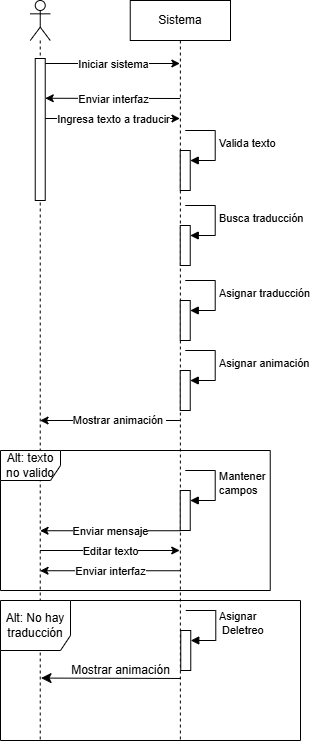
IvanSMMA/TT1_Document keeps this draw.io diagram as Images/Cap 3/secuencia.png. Above is the earlier version. Source tidied: cells renumbered, new cells last; positions are measured from the earlier drawing's top-left corner, leaving out a move shared by most shapes.
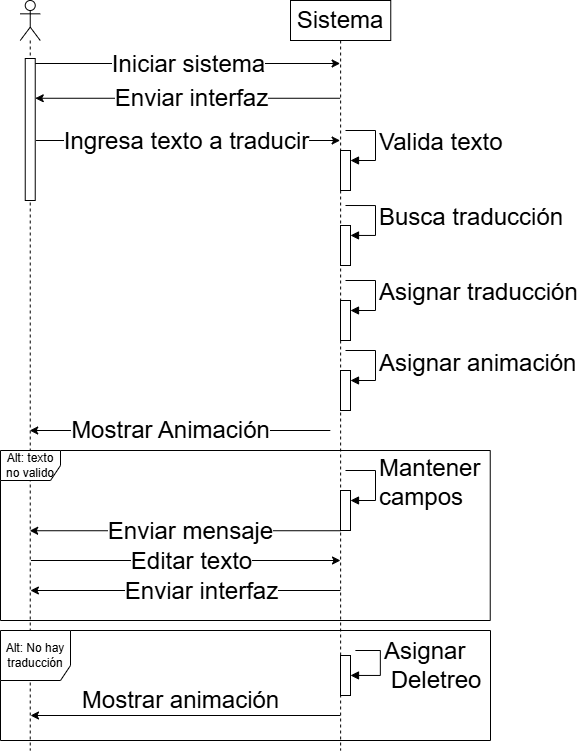
After the commit.

Commit message:
Diagramas grandes

The edit, as a diff of the source:
```diff
@@ -2,25 +2,16 @@
   <root>
     <mxCell id="0" />
     <mxCell id="1" parent="0" />
-    <mxCell id="2" style="shape=umlLifeline;perimeter=lifelinePerimeter;whiteSpace=wrap;html=1;outlineConnect=0;portConstraint=eastwest;newEdgeStyle={&quot;curved&quot;:0,&quot;rounded&quot;:0};participant=umlActor;" parent="1" vertex="1">
-      <mxGeometry x="29.7" width="20" height="740" as="geometry" />
+    <mxCell id="2" style="shape=umlLifeline;perimeter=lifelinePerimeter;whiteSpace=wrap;html=1;outlineConnect=0;portConstraint=eastwest;newEdgeStyle={&quot;curved&quot;:0,&quot;rounded&quot;:0};participant=umlActor;fontSize=12;" parent="1" vertex="1">
+      <mxGeometry x="99.7" y="-280" width="20" height="750" as="geometry" />
     </mxCell>
-    <mxCell id="3" style="html=1;points=[[0,0,0,0,5],[0,1,0,0,-5],[1,0,0,0,5],[1,1,0,0,-5]];perimeter=orthogonalPerimeter;outlineConnect=0;targetShapes=umlLifeline;portConstraint=eastwest;newEdgeStyle={&quot;curved&quot;:0,&quot;rounded&quot;:0};" parent="2" vertex="1">
+    <mxCell id="3" style="html=1;points=[[0,0,0,0,5],[0,1,0,0,-5],[1,0,0,0,5],[1,1,0,0,-5]];perimeter=orthogonalPerimeter;outlineConnect=0;targetShapes=umlLifeline;portConstraint=eastwest;newEdgeStyle={&quot;curved&quot;:0,&quot;rounded&quot;:0};fontSize=12;" parent="2" vertex="1">
       <mxGeometry x="5" y="58" width="10" height="142" as="geometry" />
     </mxCell>
-    <mxCell id="4" style="edgeStyle=orthogonalEdgeStyle;rounded=0;orthogonalLoop=1;jettySize=auto;html=1;curved=0;" parent="1" edge="1">
-      <mxGeometry relative="1" as="geometry">
-        <mxPoint x="179.4" y="420" as="sourcePoint" />
-        <mxPoint x="39.6" y="420" as="targetPoint" />
-      </mxGeometry>
-    </mxCell>
-    <mxCell id="5" value="Mostrar animación&amp;nbsp;" style="edgeLabel;html=1;align=center;verticalAlign=middle;" parent="4" vertex="1">
-      <mxGeometry x="-0.13" y="-1" relative="1" as="geometry" />
-    </mxCell>
-    <mxCell id="6" value="Sistema" style="shape=umlLifeline;perimeter=lifelinePerimeter;whiteSpace=wrap;html=1;outlineConnect=0;portConstraint=eastwest;newEdgeStyle={&quot;curved&quot;:0,&quot;rounded&quot;:0};" parent="1" vertex="1">
-      <mxGeometry x="129.7" width="100.3" height="740" as="geometry" />
+    <mxCell id="6" value="&lt;font style=&quot;font-size: 24px;&quot;&gt;Sistema&lt;/font&gt;" style="shape=umlLifeline;perimeter=lifelinePerimeter;whiteSpace=wrap;html=1;outlineConnect=0;portConstraint=eastwest;newEdgeStyle={&quot;curved&quot;:0,&quot;rounded&quot;:0};fontSize=12;" parent="1" vertex="1">
+      <mxGeometry x="370" y="-280" width="100.3" height="750" as="geometry" />
     </mxCell>
-    <mxCell id="7" value="Valida texto" style="html=1;align=left;spacingLeft=2;endArrow=block;rounded=0;edgeStyle=orthogonalEdgeStyle;curved=0;rounded=0;" parent="6" edge="1" target="8">
+    <mxCell id="7" value="Valida texto" style="html=1;align=left;spacingLeft=2;endArrow=block;rounded=0;edgeStyle=orthogonalEdgeStyle;curved=0;rounded=0;fontSize=24;" parent="6" edge="1" target="8">
       <mxGeometry relative="1" as="geometry">
         <mxPoint x="55" y="130" as="sourcePoint" />
         <Array as="points">
@@ -28,13 +19,13 @@
         </Array>
       </mxGeometry>
     </mxCell>
-    <mxCell id="8" style="html=1;points=[[0,0,0,0,5],[0,1,0,0,-5],[1,0,0,0,5],[1,1,0,0,-5]];perimeter=orthogonalPerimeter;outlineConnect=0;targetShapes=umlLifeline;portConstraint=eastwest;newEdgeStyle={&quot;curved&quot;:0,&quot;rounded&quot;:0};" parent="6" vertex="1">
+    <mxCell id="8" style="html=1;points=[[0,0,0,0,5],[0,1,0,0,-5],[1,0,0,0,5],[1,1,0,0,-5]];perimeter=orthogonalPerimeter;outlineConnect=0;targetShapes=umlLifeline;portConstraint=eastwest;newEdgeStyle={&quot;curved&quot;:0,&quot;rounded&quot;:0};fontSize=12;" parent="6" vertex="1">
       <mxGeometry x="50" y="150" width="10" height="40" as="geometry" />
     </mxCell>
-    <mxCell id="9" style="html=1;points=[[0,0,0,0,5],[0,1,0,0,-5],[1,0,0,0,5],[1,1,0,0,-5]];perimeter=orthogonalPerimeter;outlineConnect=0;targetShapes=umlLifeline;portConstraint=eastwest;newEdgeStyle={&quot;curved&quot;:0,&quot;rounded&quot;:0};" parent="6" vertex="1">
+    <mxCell id="9" style="html=1;points=[[0,0,0,0,5],[0,1,0,0,-5],[1,0,0,0,5],[1,1,0,0,-5]];perimeter=orthogonalPerimeter;outlineConnect=0;targetShapes=umlLifeline;portConstraint=eastwest;newEdgeStyle={&quot;curved&quot;:0,&quot;rounded&quot;:0};fontSize=12;" parent="6" vertex="1">
       <mxGeometry x="50" y="225" width="10" height="40" as="geometry" />
     </mxCell>
-    <mxCell id="10" value="Busca traducción" style="html=1;align=left;spacingLeft=2;endArrow=block;rounded=0;edgeStyle=orthogonalEdgeStyle;curved=0;rounded=0;" parent="6" edge="1" target="9">
+    <mxCell id="10" value="Busca traducción" style="html=1;align=left;spacingLeft=2;endArrow=block;rounded=0;edgeStyle=orthogonalEdgeStyle;curved=0;rounded=0;fontSize=24;" parent="6" edge="1" target="9">
       <mxGeometry relative="1" as="geometry">
         <mxPoint x="55" y="205" as="sourcePoint" />
         <Array as="points">
@@ -42,7 +33,7 @@
         </Array>
       </mxGeometry>
     </mxCell>
-    <mxCell id="11" value="Mantener&amp;nbsp;&lt;div&gt;campos&lt;/div&gt;" style="html=1;align=left;spacingLeft=2;endArrow=block;rounded=0;edgeStyle=orthogonalEdgeStyle;curved=0;rounded=0;" parent="6" edge="1" target="12">
+    <mxCell id="11" value="Mantener&amp;nbsp;&lt;div&gt;campos&lt;/div&gt;" style="html=1;align=left;spacingLeft=2;endArrow=block;rounded=0;edgeStyle=orthogonalEdgeStyle;curved=0;rounded=0;fontSize=24;" parent="6" edge="1" target="12">
       <mxGeometry relative="1" as="geometry">
         <mxPoint x="55" y="470" as="sourcePoint" />
         <Array as="points">
@@ -50,105 +41,122 @@
         </Array>
       </mxGeometry>
     </mxCell>
-    <mxCell id="12" style="html=1;points=[[0,0,0,0,5],[0,1,0,0,-5],[1,0,0,0,5],[1,1,0,0,-5]];perimeter=orthogonalPerimeter;outlineConnect=0;targetShapes=umlLifeline;portConstraint=eastwest;newEdgeStyle={&quot;curved&quot;:0,&quot;rounded&quot;:0};" parent="6" vertex="1">
+    <mxCell id="12" style="html=1;points=[[0,0,0,0,5],[0,1,0,0,-5],[1,0,0,0,5],[1,1,0,0,-5]];perimeter=orthogonalPerimeter;outlineConnect=0;targetShapes=umlLifeline;portConstraint=eastwest;newEdgeStyle={&quot;curved&quot;:0,&quot;rounded&quot;:0};fontSize=12;" parent="6" vertex="1">
       <mxGeometry x="50" y="490" width="10" height="40" as="geometry" />
     </mxCell>
-    <mxCell id="13" style="endArrow=classic;html=1;rounded=0;" parent="6" edge="1">
+    <mxCell id="13" style="endArrow=classic;html=1;rounded=0;fontSize=12;" parent="6" edge="1" target="2">
       <mxGeometry relative="1" as="geometry">
         <mxPoint x="50" y="530.2" as="sourcePoint" />
-        <mxPoint x="-90.2" y="530.2" as="targetPoint" />
       </mxGeometry>
     </mxCell>
-    <mxCell id="14" value="Enviar mensaje" style="edgeLabel;html=1;align=center;verticalAlign=middle;" parent="13" vertex="1">
-      <mxGeometry relative="1" as="geometry" />
+    <mxCell id="14" value="Enviar mensaje" style="edgeLabel;html=1;align=center;verticalAlign=middle;fontSize=24;" parent="13" vertex="1">
+      <mxGeometry relative="1" as="geometry">
+        <mxPoint x="5" as="offset" />
+      </mxGeometry>
     </mxCell>
+    <mxCell id="19" style="html=1;points=[[0,0,0,0,5],[0,1,0,0,-5],[1,0,0,0,5],[1,1,0,0,-5]];perimeter=orthogonalPerimeter;outlineConnect=0;targetShapes=umlLifeline;portConstraint=eastwest;newEdgeStyle={&quot;curved&quot;:0,&quot;rounded&quot;:0};fontSize=12;" parent="6" vertex="1">
+      <mxGeometry x="50" y="300" width="10" height="40" as="geometry" />
+    </mxCell>
+    <mxCell id="20" value="Asignar traducción" style="html=1;align=left;spacingLeft=2;endArrow=block;rounded=0;edgeStyle=orthogonalEdgeStyle;curved=0;rounded=0;fontSize=24;" parent="6" edge="1" target="19">
+      <mxGeometry relative="1" as="geometry">
+        <mxPoint x="55" y="280" as="sourcePoint" />
+        <Array as="points">
+          <mxPoint x="85" y="310" />
+        </Array>
+      </mxGeometry>
+    </mxCell>
+    <mxCell id="21" style="html=1;points=[[0,0,0,0,5],[0,1,0,0,-5],[1,0,0,0,5],[1,1,0,0,-5]];perimeter=orthogonalPerimeter;outlineConnect=0;targetShapes=umlLifeline;portConstraint=eastwest;newEdgeStyle={&quot;curved&quot;:0,&quot;rounded&quot;:0};fontSize=12;" parent="6" vertex="1">
+      <mxGeometry x="50" y="370" width="10" height="40" as="geometry" />
+    </mxCell>
+    <mxCell id="22" value="Asignar animación" style="html=1;align=left;spacingLeft=2;endArrow=block;rounded=0;edgeStyle=orthogonalEdgeStyle;curved=0;rounded=0;fontSize=24;" parent="6" edge="1" target="21">
+      <mxGeometry x="0.01" relative="1" as="geometry">
+        <mxPoint x="55" y="350" as="sourcePoint" />
+        <Array as="points">
+          <mxPoint x="85" y="380" />
+        </Array>
+      </mxGeometry>
+    </mxCell>
+    <mxCell id="33" style="html=1;points=[[0,0,0,0,5],[0,1,0,0,-5],[1,0,0,0,5],[1,1,0,0,-5]];perimeter=orthogonalPerimeter;outlineConnect=0;targetShapes=umlLifeline;portConstraint=eastwest;newEdgeStyle={&quot;curved&quot;:0,&quot;rounded&quot;:0};fontSize=12;" parent="6" vertex="1">
+      <mxGeometry x="50" y="655" width="10" height="40" as="geometry" />
+    </mxCell>
+    <mxCell id="34" value="Asignar&lt;div&gt;&amp;nbsp;Deletreo&lt;/div&gt;" style="html=1;align=left;spacingLeft=2;endArrow=block;rounded=0;edgeStyle=orthogonalEdgeStyle;curved=0;rounded=0;fontSize=24;" parent="6" edge="1" target="33">
+      <mxGeometry relative="1" as="geometry">
+        <mxPoint x="64.9" y="650" as="sourcePoint" />
+        <Array as="points">
+          <mxPoint x="89.9" y="650" />
+        </Array>
+      </mxGeometry>
+    </mxCell>
+    <mxCell id="23" style="endArrow=classic;html=1;rounded=0;exitX=1;exitY=0;exitDx=0;exitDy=5;exitPerimeter=0;fontSize=12;" parent="1" edge="1" source="3" target="6">
+      <mxGeometry relative="1" as="geometry" />
+    </mxCell>
+    <mxCell id="24" value="Iniciar sistema" style="edgeLabel;html=1;align=center;verticalAlign=middle;fontSize=24;" parent="23" vertex="1">
+      <mxGeometry relative="1" as="geometry" />
+    </mxCell>
+    <mxCell id="25" style="endArrow=classic;html=1;rounded=0;fontSize=12;" parent="1" edge="1" source="6">
+      <mxGeometry relative="1" as="geometry">
+        <mxPoint x="114.7" y="-182.2" as="targetPoint" />
+      </mxGeometry>
+    </mxCell>
+    <mxCell id="27" style="endArrow=classic;html=1;rounded=0;fontSize=12;" parent="1" edge="1" target="6">
+      <mxGeometry relative="1" as="geometry">
+        <mxPoint x="115.5" y="-140" as="sourcePoint" />
+      </mxGeometry>
+    </mxCell>
+    <mxCell id="28" value="Ingresa texto a traducir" style="edgeLabel;html=1;align=center;verticalAlign=middle;fontSize=24;" parent="27" vertex="1">
+      <mxGeometry relative="1" as="geometry">
+        <mxPoint x="-2" as="offset" />
+      </mxGeometry>
+    </mxCell>
+    <mxCell id="29" value="Alt: texto no valido" style="shape=umlFrame;whiteSpace=wrap;html=1;fontSize=12;" parent="1" vertex="1">
+      <mxGeometry x="80" y="170" width="489.7" height="170" as="geometry" />
+    </mxCell>
+    <mxCell id="30" value="Alt: No hay traducción" style="shape=umlFrame;whiteSpace=wrap;html=1;width=70;height=50;fontSize=12;" parent="1" vertex="1">
+      <mxGeometry x="80" y="350" width="490" height="110" as="geometry" />
+    </mxCell>
+    <mxCell id="32" value="Mostrar animación" style="text;html=1;align=center;verticalAlign=middle;points=[];strokeColor=none;fillColor=none;fontSize=24;" parent="1" vertex="1">
+      <mxGeometry x="150" y="400" width="220" height="40" as="geometry" />
+    </mxCell>
+    <mxCell id="26" value="Enviar interfaz" style="edgeLabel;html=1;align=center;verticalAlign=middle;fontSize=24;" parent="1" vertex="1">
+      <mxGeometry x="270" y="-182.1" as="geometry" />
+    </mxCell>
+    <mxCell id="35" style="endArrow=classic;html=1;rounded=0;" parent="1" edge="1" target="2">
+      <mxGeometry relative="1" as="geometry">
+        <mxPoint x="409.8" y="150" as="sourcePoint" />
+      </mxGeometry>
+    </mxCell>
+    <mxCell id="36" value="Mostrar Animación" style="edgeLabel;html=1;align=center;verticalAlign=middle;fontSize=24;" parent="35" vertex="1">
+      <mxGeometry x="-0.1" y="-1" relative="1" as="geometry">
+        <mxPoint x="-25" as="offset" />
+      </mxGeometry>
+    </mxCell>
-    <mxCell id="15" style="endArrow=classic;html=1;rounded=0;" parent="6" edge="1">
+    <mxCell id="15" style="endArrow=classic;html=1;rounded=0;fontSize=12;" parent="1" edge="1">
       <mxGeometry relative="1" as="geometry">
-        <mxPoint x="-90.2" y="550" as="sourcePoint" />
-        <mxPoint x="49.5" y="550" as="targetPoint" />
+        <mxPoint x="110.4" y="280" as="sourcePoint" />
+        <mxPoint x="420" y="280" as="targetPoint" />
       </mxGeometry>
     </mxCell>
-    <mxCell id="16" value="Editar texto" style="edgeLabel;html=1;align=center;verticalAlign=middle;" parent="15" vertex="1">
-      <mxGeometry relative="1" as="geometry" />
+    <mxCell id="16" value="Editar texto" style="edgeLabel;html=1;align=center;verticalAlign=middle;fontSize=24;" parent="15" vertex="1">
+      <mxGeometry relative="1" as="geometry">
+        <mxPoint x="5" as="offset" />
+      </mxGeometry>
     </mxCell>
-    <mxCell id="17" style="endArrow=classic;html=1;rounded=0;" parent="6" edge="1">
+    <mxCell id="17" style="endArrow=classic;html=1;rounded=0;fontSize=12;" parent="1" edge="1">
       <mxGeometry relative="1" as="geometry">
-        <mxPoint x="50" y="570.2" as="sourcePoint" />
-        <mxPoint x="-90.2" y="570.2" as="targetPoint" />
+        <mxPoint x="420" y="310" as="sourcePoint" />
+        <mxPoint x="109.9" y="310" as="targetPoint" />
       </mxGeometry>
     </mxCell>
-    <mxCell id="18" value="Enviar interfaz" style="edgeLabel;html=1;align=center;verticalAlign=middle;" parent="17" vertex="1">
-      <mxGeometry relative="1" as="geometry" />
+    <mxCell id="18" value="Enviar interfaz" style="edgeLabel;html=1;align=center;verticalAlign=middle;fontSize=24;" parent="17" vertex="1">
+      <mxGeometry relative="1" as="geometry">
+        <mxPoint x="15" as="offset" />
+      </mxGeometry>
     </mxCell>
-    <mxCell id="19" style="html=1;points=[[0,0,0,0,5],[0,1,0,0,-5],[1,0,0,0,5],[1,1,0,0,-5]];perimeter=orthogonalPerimeter;outlineConnect=0;targetShapes=umlLifeline;portConstraint=eastwest;newEdgeStyle={&quot;curved&quot;:0,&quot;rounded&quot;:0};" parent="6" vertex="1">
-      <mxGeometry x="50" y="300" width="10" height="40" as="geometry" />
-    </mxCell>
-    <mxCell id="20" value="Asignar traducción" style="html=1;align=left;spacingLeft=2;endArrow=block;rounded=0;edgeStyle=orthogonalEdgeStyle;curved=0;rounded=0;" parent="6" edge="1" target="19">
-      <mxGeometry relative="1" as="geometry">
-        <mxPoint x="55" y="280" as="sourcePoint" />
-        <Array as="points">
-          <mxPoint x="85" y="310" />
-        </Array>
-      </mxGeometry>
-    </mxCell>
-    <mxCell id="21" style="html=1;points=[[0,0,0,0,5],[0,1,0,0,-5],[1,0,0,0,5],[1,1,0,0,-5]];perimeter=orthogonalPerimeter;outlineConnect=0;targetShapes=umlLifeline;portConstraint=eastwest;newEdgeStyle={&quot;curved&quot;:0,&quot;rounded&quot;:0};" parent="6" vertex="1">
-      <mxGeometry x="50" y="370" width="10" height="40" as="geometry" />
-    </mxCell>
-    <mxCell id="22" value="Asignar animación" style="html=1;align=left;spacingLeft=2;endArrow=block;rounded=0;edgeStyle=orthogonalEdgeStyle;curved=0;rounded=0;" parent="6" edge="1" target="21">
-      <mxGeometry x="0.01" relative="1" as="geometry">
-        <mxPoint x="55" y="350" as="sourcePoint" />
-        <Array as="points">
-          <mxPoint x="85" y="380" />
-        </Array>
-      </mxGeometry>
-    </mxCell>
-    <mxCell id="23" style="endArrow=classic;html=1;rounded=0;exitX=1;exitY=0;exitDx=0;exitDy=5;exitPerimeter=0;" parent="1" edge="1" source="3" target="6">
-      <mxGeometry relative="1" as="geometry" />
-    </mxCell>
-    <mxCell id="24" value="Iniciar sistema" style="edgeLabel;html=1;align=center;verticalAlign=middle;" parent="23" vertex="1">
-      <mxGeometry relative="1" as="geometry" />
-    </mxCell>
-    <mxCell id="25" style="endArrow=classic;html=1;rounded=0;" parent="1" edge="1">
-      <mxGeometry relative="1" as="geometry">
-        <mxPoint x="179.7" y="98" as="sourcePoint" />
-        <mxPoint x="44.7" y="97.8" as="targetPoint" />
-      </mxGeometry>
-    </mxCell>
-    <mxCell id="26" value="Enviar interfaz" style="edgeLabel;html=1;align=center;verticalAlign=middle;" parent="25" vertex="1">
-      <mxGeometry relative="1" as="geometry" />
-    </mxCell>
-    <mxCell id="27" style="endArrow=classic;html=1;rounded=0;" parent="1" edge="1" source="3">
-      <mxGeometry relative="1" as="geometry">
-        <mxPoint x="179.5" y="118" as="targetPoint" />
-      </mxGeometry>
-    </mxCell>
-    <mxCell id="28" value="Ingresa texto a traducir" style="edgeLabel;html=1;align=center;verticalAlign=middle;" parent="27" vertex="1">
-      <mxGeometry relative="1" as="geometry" />
-    </mxCell>
-    <mxCell id="29" value="Alt: texto no valido" style="shape=umlFrame;whiteSpace=wrap;html=1;" parent="1" vertex="1">
-      <mxGeometry y="450" width="269.7" height="140" as="geometry" />
-    </mxCell>
-    <mxCell id="30" value="Alt: No hay traducción" style="shape=umlFrame;whiteSpace=wrap;html=1;width=70;height=50;" parent="1" vertex="1">
-      <mxGeometry y="600" width="300" height="140" as="geometry" />
-    </mxCell>
-    <mxCell id="31" style="edgeStyle=elbowEdgeStyle;elbow=vertical;endArrow=classic;html=1;curved=0;rounded=0;endSize=8;startSize=8;exitX=1.002;exitY=0.766;exitDx=0;exitDy=0;exitPerimeter=0;" parent="1" edge="1" source="32">
-      <mxGeometry relative="1" as="geometry">
-        <mxPoint x="40.5" y="677" as="targetPoint" />
-      </mxGeometry>
-    </mxCell>
-    <mxCell id="32" value="Mostrar animación" style="text;html=1;align=center;verticalAlign=middle;points=[];strokeColor=none;fillColor=none;" parent="1" vertex="1">
-      <mxGeometry x="60.3" y="655" width="120" height="30" as="geometry" />
-    </mxCell>
-    <mxCell id="33" style="html=1;points=[[0,0,0,0,5],[0,1,0,0,-5],[1,0,0,0,5],[1,1,0,0,-5]];perimeter=orthogonalPerimeter;outlineConnect=0;targetShapes=umlLifeline;portConstraint=eastwest;newEdgeStyle={&quot;curved&quot;:0,&quot;rounded&quot;:0};" parent="1" vertex="1">
-      <mxGeometry x="180.3" y="630" width="10" height="40" as="geometry" />
-    </mxCell>
-    <mxCell id="34" value="Asignar&lt;div&gt;&amp;nbsp;Deletreo&lt;/div&gt;" style="html=1;align=left;spacingLeft=2;endArrow=block;rounded=0;edgeStyle=orthogonalEdgeStyle;curved=0;rounded=0;" parent="1" edge="1" target="33">
-      <mxGeometry relative="1" as="geometry">
-        <mxPoint x="185.3" y="610" as="sourcePoint" />
-        <Array as="points">
-          <mxPoint x="215.3" y="640" />
-        </Array>
-      </mxGeometry>
-    </mxCell>
+    <mxCell id="37" style="endArrow=classic;html=1;rounded=0;" parent="1" edge="1">
+      <mxGeometry relative="1" as="geometry">
+        <mxPoint x="419.8" y="435" as="sourcePoint" />
+        <mxPoint x="110" y="435" as="targetPoint" />
+      </mxGeometry>
+    </mxCell>
   </root>
 </mxGraphModel>
```
